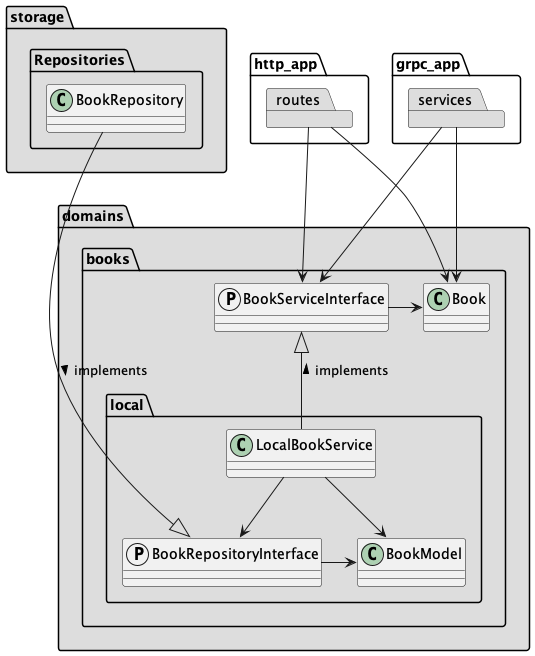
This is architecture.png from febus982/bootstrap-python-fastapi, a PlantUML export, as it was before one commit.
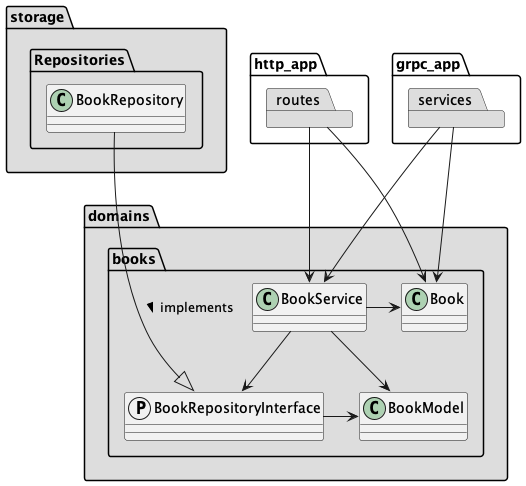
The same file after the commit.

Change to the diagram source:
```diff
@@ -13,12 +13,9 @@
 package domains #DDDDDD {
     package books {
         class Book
-        protocol BookServiceInterface
-        package local {
-            class LocalBookService
-            protocol BookRepositoryInterface
-            class BookModel
-        }
+        class BookService
+        protocol BookRepositoryInterface
+        class BookModel
     }
 }
 
@@ -28,16 +25,15 @@
     }
 }
 
-routes --> BookServiceInterface
+routes --> BookService
 routes --> Book
-services --> BookServiceInterface
+services --> BookService
 services --> Book
 
-LocalBookService -u-|> BookServiceInterface: implements >
-BookServiceInterface -l-> Book
-LocalBookService --> BookModel
-LocalBookService --> BookRepositoryInterface
+BookService -l-> Book
+BookService --> BookModel
+BookService --> BookRepositoryInterface
 BookRepositoryInterface -l-> BookModel
 
-BookRepository ---d-|> BookRepositoryInterface: implements >
+BookRepository --d-|> BookRepositoryInterface: implements >
 @enduml
```
